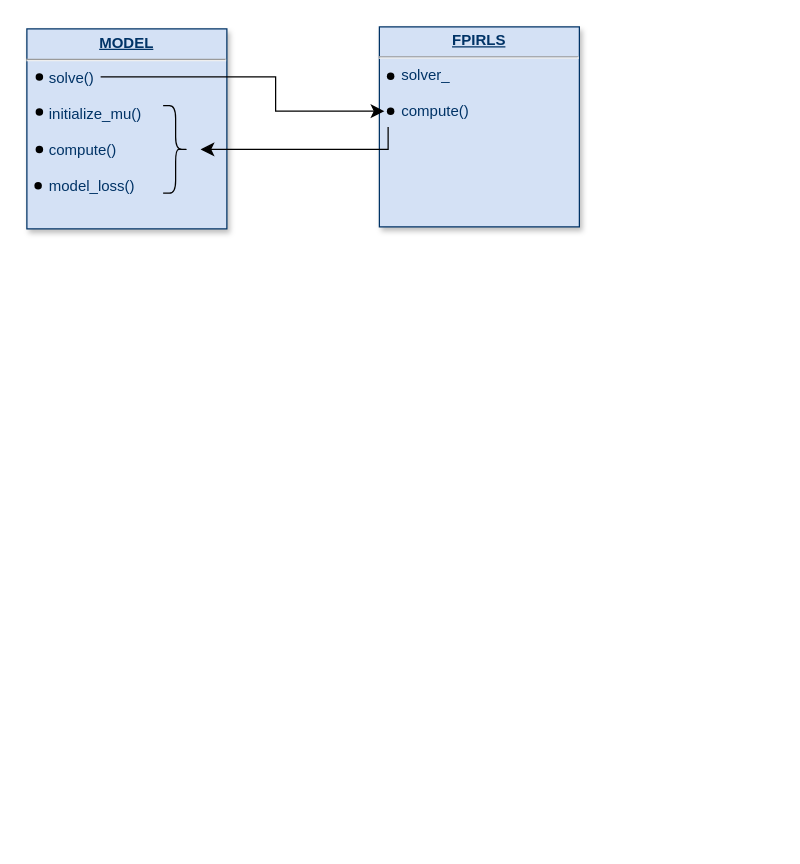
The draw.io diagram diagram_PACS_presentation.drawio in Marco2103/fdaPDE, before the edit. Source tidied: cells renumbered, new cells numbered last; positions are measured from the earlier drawing's top-left corner, leaving out a move shared by most shapes. Both pictures are drawn from the tidied source at 125%, with x=0, y=0 at pixel (25, 26).
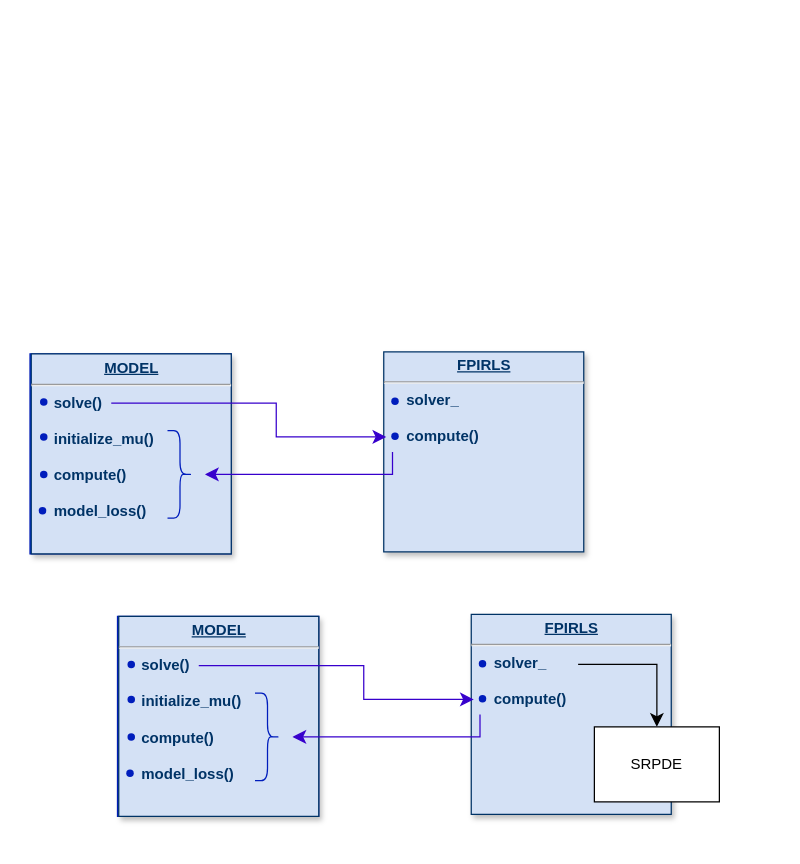
Above is the later version.

Diff of the diagram source:
```diff
@@
-    <mxCell id="2" style="group;" parent="1" vertex="1">
-      <mxGeometry x="282" width="161" height="160" as="geometry" />
-    </mxCell>
-    <mxCell id="3" value="&lt;p style=&quot;text-align: center; margin: 4px 0px 0px; text-decoration: underline;&quot;&gt;&lt;b&gt;FPIRLS&lt;/b&gt;&lt;/p&gt;&lt;hr&gt;&lt;p style=&quot;margin: 0px 0px 0px 8px;&quot;&gt;&lt;span style=&quot;background-color: initial;&quot;&gt;&amp;nbsp; &amp;nbsp;solver_&lt;/span&gt;&lt;/p&gt;&lt;p style=&quot;margin: 0px 0px 0px 8px;&quot;&gt;&lt;br&gt;&lt;/p&gt;&lt;p style=&quot;margin: 0px 0px 0px 8px;&quot;&gt;&amp;nbsp; &amp;nbsp;compute()&lt;/p&gt;&lt;p style=&quot;margin: 0px 0px 0px 8px;&quot;&gt;&lt;br&gt;&lt;/p&gt;&lt;p style=&quot;margin: 0px 0px 0px 8px;&quot;&gt;&lt;br&gt;&lt;/p&gt;" style="verticalAlign=top;align=left;overflow=fill;fontSize=12;fontFamily=Helvetica;html=1;strokeColor=#003366;shadow=1;fillColor=#D4E1F5;fontColor=#003366;" parent="2" vertex="1">
-      <mxGeometry x="1" width="160" height="160" as="geometry" />
-    </mxCell>
-    <mxCell id="4" style="shape=waypoint;sketch=0;fillStyle=solid;size=6;fillColor=none;perimeter=centerPerimeter;" parent="2" vertex="1">
-      <mxGeometry y="29.4" width="20" height="20" as="geometry" />
-    </mxCell>
-    <mxCell id="5" style="shape=waypoint;sketch=0;fillStyle=solid;size=6;fillColor=none;perimeter=centerPerimeter;" parent="2" vertex="1">
-      <mxGeometry y="57.4" width="20" height="20" as="geometry" />
-    </mxCell>
-    <mxCell id="6" style="group;" parent="1" vertex="1">
-      <mxGeometry y="1.6" width="161" height="160" as="geometry" />
-    </mxCell>
-    <mxCell id="7" value="&lt;p style=&quot;text-align: center; margin: 4px 0px 0px; text-decoration: underline;&quot;&gt;&lt;b&gt;MODEL&lt;/b&gt;&lt;/p&gt;&lt;hr&gt;&lt;p style=&quot;margin: 0px 0px 0px 8px;&quot;&gt;&lt;span style=&quot;background-color: initial;&quot;&gt;&amp;nbsp; &amp;nbsp;solve()&lt;/span&gt;&lt;/p&gt;&lt;p style=&quot;margin: 0px 0px 0px 8px;&quot;&gt;&lt;br&gt;&lt;/p&gt;&lt;p style=&quot;margin: 0px 0px 0px 8px;&quot;&gt;&amp;nbsp; &amp;nbsp;initialize_mu()&lt;/p&gt;&lt;p style=&quot;margin: 0px 0px 0px 8px;&quot;&gt;&lt;br&gt;&lt;/p&gt;&lt;p style=&quot;margin: 0px 0px 0px 8px;&quot;&gt;&amp;nbsp; &amp;nbsp;compute()&lt;/p&gt;&lt;p style=&quot;margin: 0px 0px 0px 8px;&quot;&gt;&lt;br&gt;&lt;/p&gt;&lt;p style=&quot;margin: 0px 0px 0px 8px;&quot;&gt;&amp;nbsp; &amp;nbsp;model_loss()&lt;/p&gt;" style="verticalAlign=top;align=left;overflow=fill;fontSize=12;fontFamily=Helvetica;html=1;strokeColor=#003366;shadow=1;fillColor=#D4E1F5;fontColor=#003366;" parent="6" vertex="1">
-      <mxGeometry x="1" width="160" height="160" as="geometry" />
-    </mxCell>
-    <mxCell id="8" style="shape=waypoint;sketch=0;fillStyle=solid;size=6;fillColor=none;perimeter=centerPerimeter;" parent="6" vertex="1">
-      <mxGeometry x="1" y="28.4" width="20" height="20" as="geometry" />
-    </mxCell>
-    <mxCell id="9" style="shape=waypoint;sketch=0;fillStyle=solid;size=6;fillColor=none;perimeter=centerPerimeter;" parent="6" vertex="1">
-      <mxGeometry x="1" y="56.4" width="20" height="20" as="geometry" />
-    </mxCell>
-    <mxCell id="10" style="shape=waypoint;sketch=0;fillStyle=solid;size=6;fillColor=none;perimeter=centerPerimeter;" parent="6" vertex="1">
-      <mxGeometry x="1" y="86.4" width="20" height="20" as="geometry" />
-    </mxCell>
-    <mxCell id="11" style="shape=waypoint;sketch=0;fillStyle=solid;size=6;fillColor=none;perimeter=centerPerimeter;" parent="6" vertex="1">
-      <mxGeometry y="115.4" width="20" height="20" as="geometry" />
-    </mxCell>
-    <mxCell id="12" style="shape=curlyBracket;whiteSpace=wrap;html=1;rounded=1;flipH=1;labelPosition=right;verticalLabelPosition=middle;align=left;verticalAlign=middle;" parent="6" vertex="1">
-      <mxGeometry x="110" y="61.4" width="20" height="70" as="geometry" />
-    </mxCell>
-    <mxCell id="13" style="edgeStyle=elbowEdgeStyle;elbow=vertical;endArrow=classic;html=1;curved=0;rounded=0;endSize=8;startSize=8;" parent="1" edge="1">
-      <mxGeometry relative="1" as="geometry">
-        <mxPoint x="290" y="80" as="sourcePoint" />
-        <mxPoint x="140" y="98" as="targetPoint" />
-        <Array as="points">
-          <mxPoint x="210" y="98" />
-        </Array>
-      </mxGeometry>
-    </mxCell>
-    <mxCell id="14" style="edgeStyle=elbowEdgeStyle;elbow=horizontal;endArrow=classic;html=1;curved=0;rounded=0;endSize=8;startSize=8;entryX=0.079;entryY=0.424;entryDx=0;entryDy=0;entryPerimeter=0;exitX=0.431;exitY=0.24;exitDx=0;exitDy=0;exitPerimeter=0;" parent="1" edge="1">
-      <mxGeometry relative="1" as="geometry">
-        <mxPoint x="60" y="40" as="sourcePoint" />
-        <mxPoint x="287" y="67.4" as="targetPoint" />
-        <Array as="points">
-          <mxPoint x="200" y="60" />
-        </Array>
-      </mxGeometry>
-    </mxCell>
+    <mxCell id="15" style="group;" parent="1" vertex="1">
+      <mxGeometry x="90" y="280" width="443" height="161.6" as="geometry" />
+    </mxCell>
+    <mxCell id="16" style="group;" parent="15" vertex="1">
+      <mxGeometry x="282" width="161" height="160" as="geometry" />
+    </mxCell>
+    <mxCell id="17" style="group;" parent="16" vertex="1">
+      <mxGeometry x="-368.5" y="-20" width="443" height="161.6" as="geometry" />
+    </mxCell>
+    <mxCell id="18" style="group;" parent="17" vertex="1">
+      <mxGeometry x="282" width="161" height="160" as="geometry" />
+    </mxCell>
+    <mxCell id="19" value="&lt;p style=&quot;text-align: center; margin: 4px 0px 0px; text-decoration: underline;&quot;&gt;&lt;b&gt;FPIRLS&lt;/b&gt;&lt;/p&gt;&lt;hr&gt;&lt;p style=&quot;margin: 0px 0px 0px 8px;&quot;&gt;&lt;span style=&quot;background-color: initial;&quot;&gt;&lt;b&gt;&amp;nbsp; &amp;nbsp;solver_&lt;/b&gt;&lt;/span&gt;&lt;/p&gt;&lt;p style=&quot;margin: 0px 0px 0px 8px;&quot;&gt;&lt;b&gt;&lt;br&gt;&lt;/b&gt;&lt;/p&gt;&lt;p style=&quot;margin: 0px 0px 0px 8px;&quot;&gt;&lt;b&gt;&amp;nbsp; &amp;nbsp;compute()&lt;/b&gt;&lt;/p&gt;&lt;p style=&quot;margin: 0px 0px 0px 8px;&quot;&gt;&lt;b&gt;&lt;br&gt;&lt;/b&gt;&lt;/p&gt;&lt;p style=&quot;margin: 0px 0px 0px 8px;&quot;&gt;&lt;br&gt;&lt;/p&gt;" style="verticalAlign=top;align=left;overflow=fill;fontSize=12;fontFamily=Helvetica;html=1;strokeColor=#003366;shadow=1;fillColor=#D4E1F5;fontColor=#003366;" parent="18" vertex="1">
+      <mxGeometry x="1" width="160" height="160" as="geometry" />
+    </mxCell>
+    <mxCell id="20" style="shape=waypoint;sketch=0;fillStyle=solid;size=6;fillColor=#0050ef;perimeter=centerPerimeter;fontColor=#ffffff;strokeColor=#001DBC;" parent="18" vertex="1">
+      <mxGeometry y="29.4" width="20" height="20" as="geometry" />
+    </mxCell>
+    <mxCell id="21" style="shape=waypoint;sketch=0;fillStyle=solid;size=6;fillColor=#0050ef;perimeter=centerPerimeter;fontColor=#ffffff;strokeColor=#001DBC;" parent="18" vertex="1">
+      <mxGeometry y="57.4" width="20" height="20" as="geometry" />
+    </mxCell>
+    <mxCell id="22" style="group;fillColor=#0050ef;fontColor=#ffffff;strokeColor=#001DBC;" parent="17" vertex="1">
+      <mxGeometry y="1.6" width="161" height="160" as="geometry" />
+    </mxCell>
+    <mxCell id="23" value="&lt;p style=&quot;text-align: center; margin: 4px 0px 0px; text-decoration: underline;&quot;&gt;&lt;b&gt;MODEL&lt;/b&gt;&lt;/p&gt;&lt;hr&gt;&lt;p style=&quot;margin: 0px 0px 0px 8px;&quot;&gt;&lt;span style=&quot;background-color: initial;&quot;&gt;&lt;b&gt;&amp;nbsp; &amp;nbsp;solve()&lt;/b&gt;&lt;/span&gt;&lt;/p&gt;&lt;p style=&quot;margin: 0px 0px 0px 8px;&quot;&gt;&lt;b&gt;&lt;br&gt;&lt;/b&gt;&lt;/p&gt;&lt;p style=&quot;margin: 0px 0px 0px 8px;&quot;&gt;&lt;b&gt;&amp;nbsp; &amp;nbsp;initialize_mu()&lt;/b&gt;&lt;/p&gt;&lt;p style=&quot;margin: 0px 0px 0px 8px;&quot;&gt;&lt;b&gt;&lt;br&gt;&lt;/b&gt;&lt;/p&gt;&lt;p style=&quot;margin: 0px 0px 0px 8px;&quot;&gt;&lt;b&gt;&amp;nbsp; &amp;nbsp;compute()&lt;/b&gt;&lt;/p&gt;&lt;p style=&quot;margin: 0px 0px 0px 8px;&quot;&gt;&lt;b&gt;&lt;br&gt;&lt;/b&gt;&lt;/p&gt;&lt;p style=&quot;margin: 0px 0px 0px 8px;&quot;&gt;&lt;b&gt;&amp;nbsp; &amp;nbsp;model_loss()&lt;/b&gt;&lt;/p&gt;" style="verticalAlign=top;align=left;overflow=fill;fontSize=12;fontFamily=Helvetica;html=1;strokeColor=#003366;shadow=1;fillColor=#D4E1F5;fontColor=#003366;" parent="22" vertex="1">
+      <mxGeometry x="1" width="160" height="160" as="geometry" />
+    </mxCell>
+    <mxCell id="24" style="shape=waypoint;sketch=0;fillStyle=solid;size=6;fillColor=#0050ef;perimeter=centerPerimeter;fontColor=#ffffff;strokeColor=#001DBC;" parent="22" vertex="1">
+      <mxGeometry x="1" y="28.4" width="20" height="20" as="geometry" />
+    </mxCell>
+    <mxCell id="25" style="shape=waypoint;sketch=0;fillStyle=solid;size=6;fillColor=#0050ef;perimeter=centerPerimeter;fontColor=#ffffff;strokeColor=#001DBC;" parent="22" vertex="1">
+      <mxGeometry x="1" y="56.4" width="20" height="20" as="geometry" />
+    </mxCell>
+    <mxCell id="26" style="shape=waypoint;sketch=0;fillStyle=solid;size=6;fillColor=#0050ef;perimeter=centerPerimeter;fontColor=#ffffff;strokeColor=#001DBC;" parent="22" vertex="1">
+      <mxGeometry x="1" y="86.4" width="20" height="20" as="geometry" />
+    </mxCell>
+    <mxCell id="27" style="shape=waypoint;sketch=0;fillStyle=solid;size=6;fillColor=#0050ef;perimeter=centerPerimeter;fontColor=#ffffff;strokeColor=#001DBC;" parent="22" vertex="1">
+      <mxGeometry y="115.4" width="20" height="20" as="geometry" />
+    </mxCell>
+    <mxCell id="28" style="shape=curlyBracket;whiteSpace=wrap;html=1;rounded=1;flipH=1;labelPosition=right;verticalLabelPosition=middle;align=left;verticalAlign=middle;fillColor=#0050ef;fontColor=#ffffff;strokeColor=#001DBC;" parent="22" vertex="1">
+      <mxGeometry x="110" y="61.4" width="20" height="70" as="geometry" />
+    </mxCell>
+    <mxCell id="29" style="edgeStyle=elbowEdgeStyle;elbow=vertical;endArrow=classic;html=1;curved=0;rounded=0;endSize=8;startSize=8;fillColor=#6a00ff;strokeColor=#3700CC;" parent="17" edge="1">
+      <mxGeometry relative="1" as="geometry">
+        <mxPoint x="290" y="80" as="sourcePoint" />
+        <mxPoint x="140" y="98" as="targetPoint" />
+        <Array as="points">
+          <mxPoint x="210" y="98" />
+        </Array>
+      </mxGeometry>
+    </mxCell>
+    <mxCell id="30" style="edgeStyle=elbowEdgeStyle;elbow=horizontal;endArrow=classic;html=1;curved=0;rounded=0;endSize=8;startSize=8;exitX=0.369;exitY=0.24;exitDx=0;exitDy=0;exitPerimeter=0;fillColor=#6a00ff;strokeColor=#3700CC;" parent="17" edge="1">
+      <mxGeometry relative="1" as="geometry">
+        <mxPoint x="65" y="41" as="sourcePoint" />
+        <mxPoint x="285" y="68" as="targetPoint" />
+        <Array as="points">
+          <mxPoint x="197" y="68" />
+        </Array>
+      </mxGeometry>
+    </mxCell>
+    <mxCell id="31" style="group;" parent="1" vertex="1">
+      <mxGeometry x="160" y="490" width="443" height="161.6" as="geometry" />
+    </mxCell>
+    <mxCell id="32" style="group;" parent="31" vertex="1">
+      <mxGeometry x="282" width="161" height="160" as="geometry" />
+    </mxCell>
+    <mxCell id="33" style="group;" parent="32" vertex="1">
+      <mxGeometry x="-368.5" y="-20" width="443" height="161.6" as="geometry" />
+    </mxCell>
+    <mxCell id="34" style="group;" parent="33" vertex="1">
+      <mxGeometry x="282" width="161" height="160" as="geometry" />
+    </mxCell>
+    <mxCell id="35" value="&lt;p style=&quot;text-align: center; margin: 4px 0px 0px; text-decoration: underline;&quot;&gt;&lt;b&gt;FPIRLS&lt;/b&gt;&lt;/p&gt;&lt;hr&gt;&lt;p style=&quot;margin: 0px 0px 0px 8px;&quot;&gt;&lt;span style=&quot;background-color: initial;&quot;&gt;&lt;b&gt;&amp;nbsp; &amp;nbsp;solver_&lt;/b&gt;&lt;/span&gt;&lt;/p&gt;&lt;p style=&quot;margin: 0px 0px 0px 8px;&quot;&gt;&lt;b&gt;&lt;br&gt;&lt;/b&gt;&lt;/p&gt;&lt;p style=&quot;margin: 0px 0px 0px 8px;&quot;&gt;&lt;b&gt;&amp;nbsp; &amp;nbsp;compute()&lt;/b&gt;&lt;/p&gt;&lt;p style=&quot;margin: 0px 0px 0px 8px;&quot;&gt;&lt;b&gt;&lt;br&gt;&lt;/b&gt;&lt;/p&gt;&lt;p style=&quot;margin: 0px 0px 0px 8px;&quot;&gt;&lt;br&gt;&lt;/p&gt;" style="verticalAlign=top;align=left;overflow=fill;fontSize=12;fontFamily=Helvetica;html=1;strokeColor=#003366;shadow=1;fillColor=#D4E1F5;fontColor=#003366;" parent="34" vertex="1">
+      <mxGeometry x="1" width="160" height="160" as="geometry" />
+    </mxCell>
+    <mxCell id="36" style="shape=waypoint;sketch=0;fillStyle=solid;size=6;fillColor=#0050ef;perimeter=centerPerimeter;fontColor=#ffffff;strokeColor=#001DBC;" parent="34" vertex="1">
+      <mxGeometry y="29.4" width="20" height="20" as="geometry" />
+    </mxCell>
+    <mxCell id="37" style="shape=waypoint;sketch=0;fillStyle=solid;size=6;fillColor=#0050ef;perimeter=centerPerimeter;fontColor=#ffffff;strokeColor=#001DBC;" parent="34" vertex="1">
+      <mxGeometry y="57.4" width="20" height="20" as="geometry" />
+    </mxCell>
+    <mxCell id="38" style="group;fillColor=#0050ef;fontColor=#ffffff;strokeColor=#001DBC;" parent="33" vertex="1">
+      <mxGeometry y="1.6" width="161" height="160" as="geometry" />
+    </mxCell>
+    <mxCell id="39" value="&lt;p style=&quot;text-align: center; margin: 4px 0px 0px; text-decoration: underline;&quot;&gt;&lt;b&gt;MODEL&lt;/b&gt;&lt;/p&gt;&lt;hr&gt;&lt;p style=&quot;margin: 0px 0px 0px 8px;&quot;&gt;&lt;span style=&quot;background-color: initial;&quot;&gt;&lt;b&gt;&amp;nbsp; &amp;nbsp;solve()&lt;/b&gt;&lt;/span&gt;&lt;/p&gt;&lt;p style=&quot;margin: 0px 0px 0px 8px;&quot;&gt;&lt;b&gt;&lt;br&gt;&lt;/b&gt;&lt;/p&gt;&lt;p style=&quot;margin: 0px 0px 0px 8px;&quot;&gt;&lt;b&gt;&amp;nbsp; &amp;nbsp;initialize_mu()&lt;/b&gt;&lt;/p&gt;&lt;p style=&quot;margin: 0px 0px 0px 8px;&quot;&gt;&lt;b&gt;&lt;br&gt;&lt;/b&gt;&lt;/p&gt;&lt;p style=&quot;margin: 0px 0px 0px 8px;&quot;&gt;&lt;b&gt;&amp;nbsp; &amp;nbsp;compute()&lt;/b&gt;&lt;/p&gt;&lt;p style=&quot;margin: 0px 0px 0px 8px;&quot;&gt;&lt;b&gt;&lt;br&gt;&lt;/b&gt;&lt;/p&gt;&lt;p style=&quot;margin: 0px 0px 0px 8px;&quot;&gt;&lt;b&gt;&amp;nbsp; &amp;nbsp;model_loss()&lt;/b&gt;&lt;/p&gt;" style="verticalAlign=top;align=left;overflow=fill;fontSize=12;fontFamily=Helvetica;html=1;strokeColor=#003366;shadow=1;fillColor=#D4E1F5;fontColor=#003366;" parent="38" vertex="1">
+      <mxGeometry x="1" width="160" height="160" as="geometry" />
+    </mxCell>
+    <mxCell id="40" style="shape=waypoint;sketch=0;fillStyle=solid;size=6;fillColor=#0050ef;perimeter=centerPerimeter;fontColor=#ffffff;strokeColor=#001DBC;" parent="38" vertex="1">
+      <mxGeometry x="1" y="28.4" width="20" height="20" as="geometry" />
+    </mxCell>
+    <mxCell id="41" style="shape=waypoint;sketch=0;fillStyle=solid;size=6;fillColor=#0050ef;perimeter=centerPerimeter;fontColor=#ffffff;strokeColor=#001DBC;" parent="38" vertex="1">
+      <mxGeometry x="1" y="56.4" width="20" height="20" as="geometry" />
+    </mxCell>
+    <mxCell id="42" style="shape=waypoint;sketch=0;fillStyle=solid;size=6;fillColor=#0050ef;perimeter=centerPerimeter;fontColor=#ffffff;strokeColor=#001DBC;" parent="38" vertex="1">
+      <mxGeometry x="1" y="86.4" width="20" height="20" as="geometry" />
+    </mxCell>
+    <mxCell id="43" style="shape=waypoint;sketch=0;fillStyle=solid;size=6;fillColor=#0050ef;perimeter=centerPerimeter;fontColor=#ffffff;strokeColor=#001DBC;" parent="38" vertex="1">
+      <mxGeometry y="115.4" width="20" height="20" as="geometry" />
+    </mxCell>
+    <mxCell id="44" style="shape=curlyBracket;whiteSpace=wrap;html=1;rounded=1;flipH=1;labelPosition=right;verticalLabelPosition=middle;align=left;verticalAlign=middle;fillColor=#0050ef;fontColor=#ffffff;strokeColor=#001DBC;" parent="38" vertex="1">
+      <mxGeometry x="110" y="61.4" width="20" height="70" as="geometry" />
+    </mxCell>
+    <mxCell id="45" style="edgeStyle=elbowEdgeStyle;elbow=vertical;endArrow=classic;html=1;curved=0;rounded=0;endSize=8;startSize=8;fillColor=#6a00ff;strokeColor=#3700CC;" parent="33" edge="1">
+      <mxGeometry relative="1" as="geometry">
+        <mxPoint x="290" y="80" as="sourcePoint" />
+        <mxPoint x="140" y="98" as="targetPoint" />
+        <Array as="points">
+          <mxPoint x="210" y="98" />
+        </Array>
+      </mxGeometry>
+    </mxCell>
+    <mxCell id="46" style="edgeStyle=elbowEdgeStyle;elbow=horizontal;endArrow=classic;html=1;curved=0;rounded=0;endSize=8;startSize=8;exitX=0.369;exitY=0.24;exitDx=0;exitDy=0;exitPerimeter=0;fillColor=#6a00ff;strokeColor=#3700CC;" parent="33" edge="1">
+      <mxGeometry relative="1" as="geometry">
+        <mxPoint x="65" y="41" as="sourcePoint" />
+        <mxPoint x="285" y="68" as="targetPoint" />
+        <Array as="points">
+          <mxPoint x="197" y="68" />
+        </Array>
+      </mxGeometry>
+    </mxCell>
+    <mxCell id="47" style="edgeStyle=segmentEdgeStyle;endArrow=classic;html=1;curved=0;rounded=0;endSize=8;startSize=8;entryX=0.5;entryY=0;entryDx=0;entryDy=0;" parent="32" edge="1" target="48">
+      <mxGeometry relative="1" as="geometry">
+        <mxPoint y="20" as="sourcePoint" />
+      </mxGeometry>
+    </mxCell>
+    <mxCell id="48" value="SRPDE" style="whiteSpace=wrap;html=1;align=center;verticalAlign=middle;newEdgeStyle={&quot;edgeStyle&quot;:&quot;elbowEdgeStyle&quot;,&quot;startArrow&quot;:&quot;none&quot;,&quot;endArrow&quot;:&quot;none&quot;};" parent="32" vertex="1" collapsed="1">
+      <mxGeometry x="13" y="70" width="100" height="60" as="geometry" />
+    </mxCell>
```
